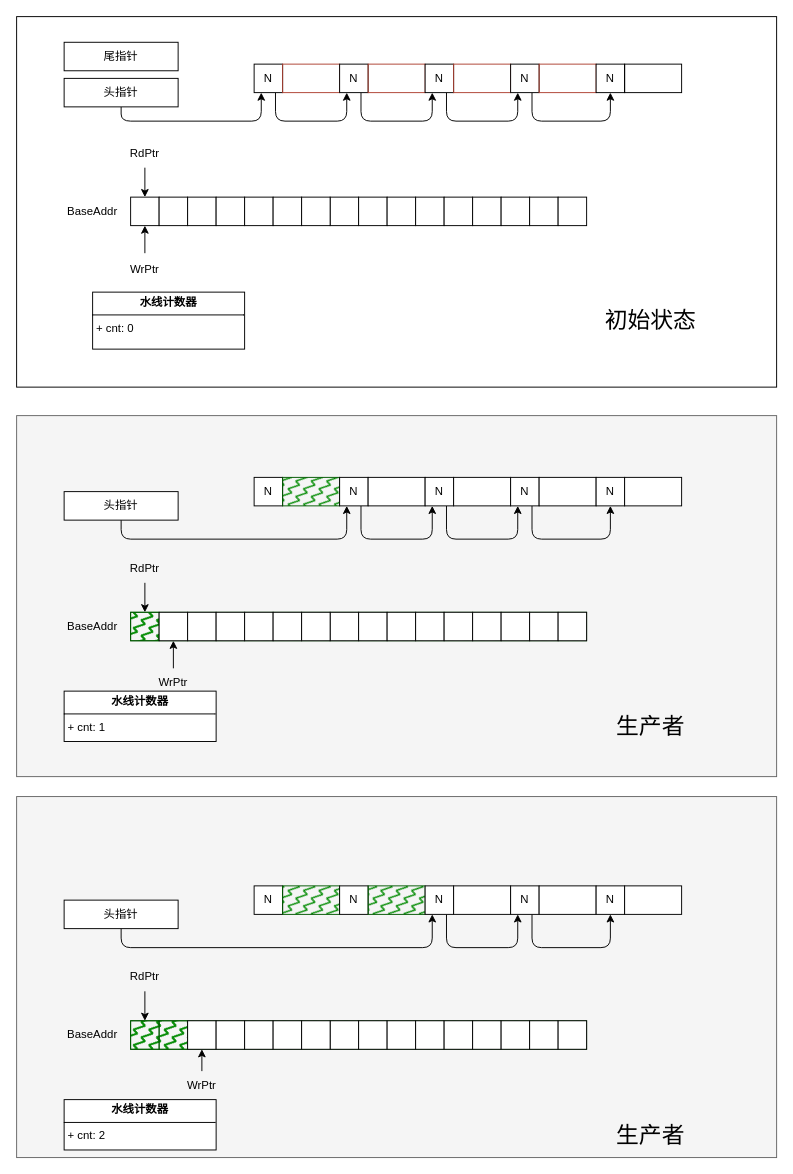
Above: page "Flow" (4 of 4) of qtv2.drawio in joliet0l/Diagram (draw.io), before the change. Source tidied: cells renumbered, new cells numbered last; positions are measured from the earlier drawing's top-left corner, leaving out a move shared by most shapes. Both pictures are drawn from the tidied source at 95%, with x=0, y=0 at pixel (16, 16).
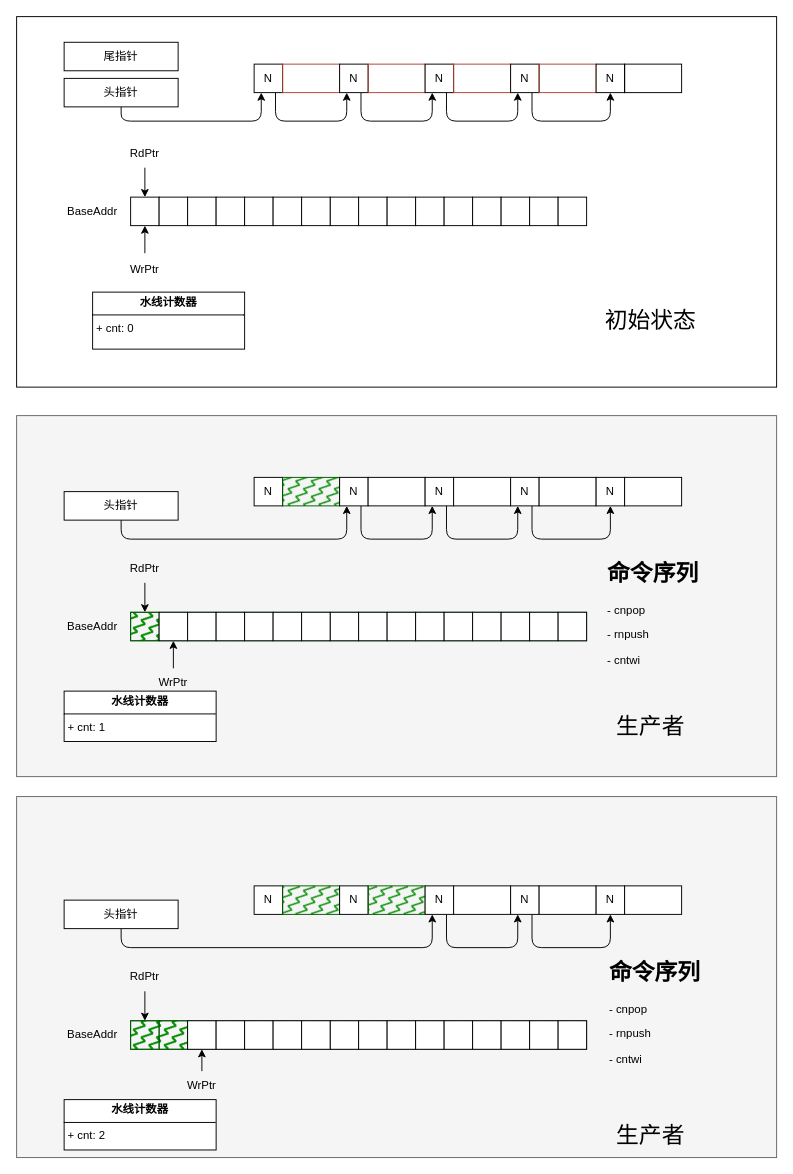
After the change.

Change to the diagram source:
```diff
@@
+    <mxCell id="125" value="&lt;h1 style=&quot;margin-top: 0px;&quot;&gt;命令序列&lt;/h1&gt;&lt;p&gt;- cnpop&lt;/p&gt;&lt;p&gt;- rnpush&lt;/p&gt;&lt;p&gt;- cntwi&lt;/p&gt;" style="text;html=1;whiteSpace=wrap;overflow=hidden;rounded=0;" parent="1" vertex="1">
+      <mxGeometry x="620" y="566" width="180" height="120" as="geometry" />
+    </mxCell>
+    <mxCell id="126" value="&lt;h1 style=&quot;margin-top: 0px;&quot;&gt;命令序列&lt;/h1&gt;&lt;p&gt;- cnpop&lt;/p&gt;&lt;p&gt;- rnpush&lt;/p&gt;&lt;p&gt;- cntwi&lt;/p&gt;" style="text;html=1;whiteSpace=wrap;overflow=hidden;rounded=0;" parent="1" vertex="1">
+      <mxGeometry x="622" y="986" width="150" height="120" as="geometry" />
+    </mxCell>
```
